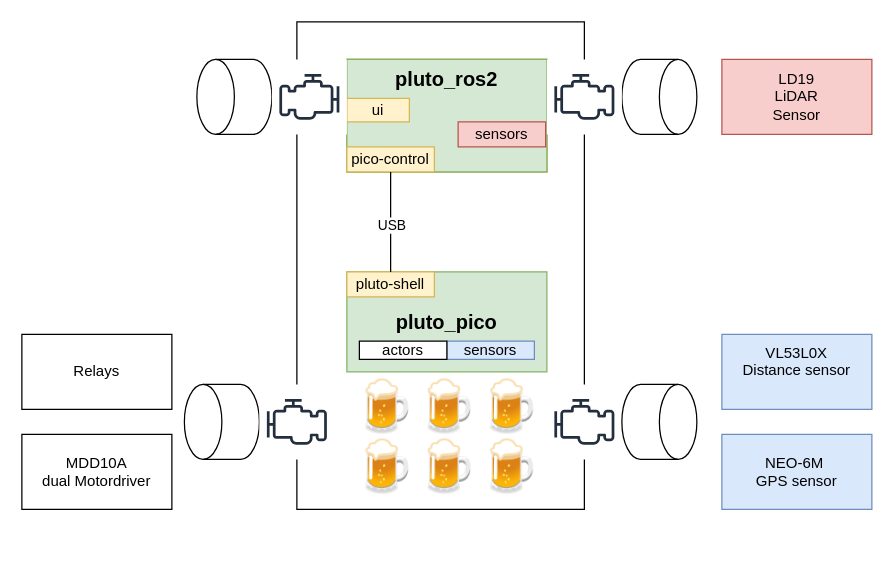
jruelli/pluto_docu keeps this draw.io diagram as page "Pluto_ros2" (1 of 2) of docs/3_pluto_pico/pluto_pico.drawio. Above is the earlier version. Source tidied: cells renumbered, new cells numbered last; positions are measured from the earlier drawing's top-left corner, leaving out a move shared by most shapes. Both pictures are drawn from the tidied source at 125%, with x=0, y=0 at pixel (21, 21).
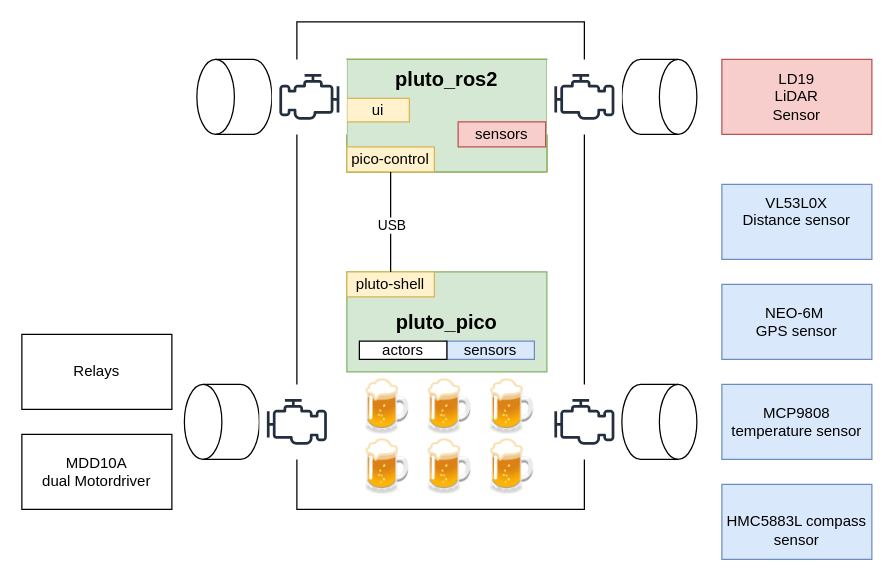
After the change.

Commit message (it also covers changes not shown here):
update bom for temp and compass sensor

Change to the diagram source:
```diff
@@
     <mxCell id="16" value="VL53L0X&lt;br&gt;Distance sensor&lt;br&gt;&lt;h1 class=&quot;product-meta__title heading h1&quot;&gt;&lt;/h1&gt;" style="rounded=0;whiteSpace=wrap;html=1;fillColor=#dae8fc;strokeColor=#6c8ebf;" parent="1" vertex="1">
-      <mxGeometry x="560" y="250" width="120" height="60" as="geometry" />
+      <mxGeometry x="560" y="130" width="120" height="60" as="geometry" />
     </mxCell>
     <mxCell id="17" value="NEO-6M&amp;nbsp;&lt;br&gt;GPS sensor" style="rounded=0;whiteSpace=wrap;html=1;fillColor=#dae8fc;strokeColor=#6c8ebf;" parent="1" vertex="1">
-      <mxGeometry x="560" y="330" width="120" height="60" as="geometry" />
+      <mxGeometry x="560" y="210" width="120" height="60" as="geometry" />
     </mxCell>
@@
+    <mxCell id="34" value="MCP9808 temperature sensor" style="rounded=0;whiteSpace=wrap;html=1;fillColor=#dae8fc;strokeColor=#6c8ebf;" parent="1" vertex="1">
+      <mxGeometry x="560" y="290" width="120" height="60" as="geometry" />
+    </mxCell>
+    <mxCell id="35" value="&lt;div class=&quot;line-block&quot;&gt;&lt;br/&gt;&lt;div class=&quot;line&quot;&gt;HMC5883L compass sensor&lt;/div&gt;&lt;/div&gt;" style="rounded=0;whiteSpace=wrap;html=1;fillColor=#dae8fc;strokeColor=#6c8ebf;" parent="1" vertex="1">
+      <mxGeometry x="560" y="370" width="120" height="60" as="geometry" />
+    </mxCell>
```
